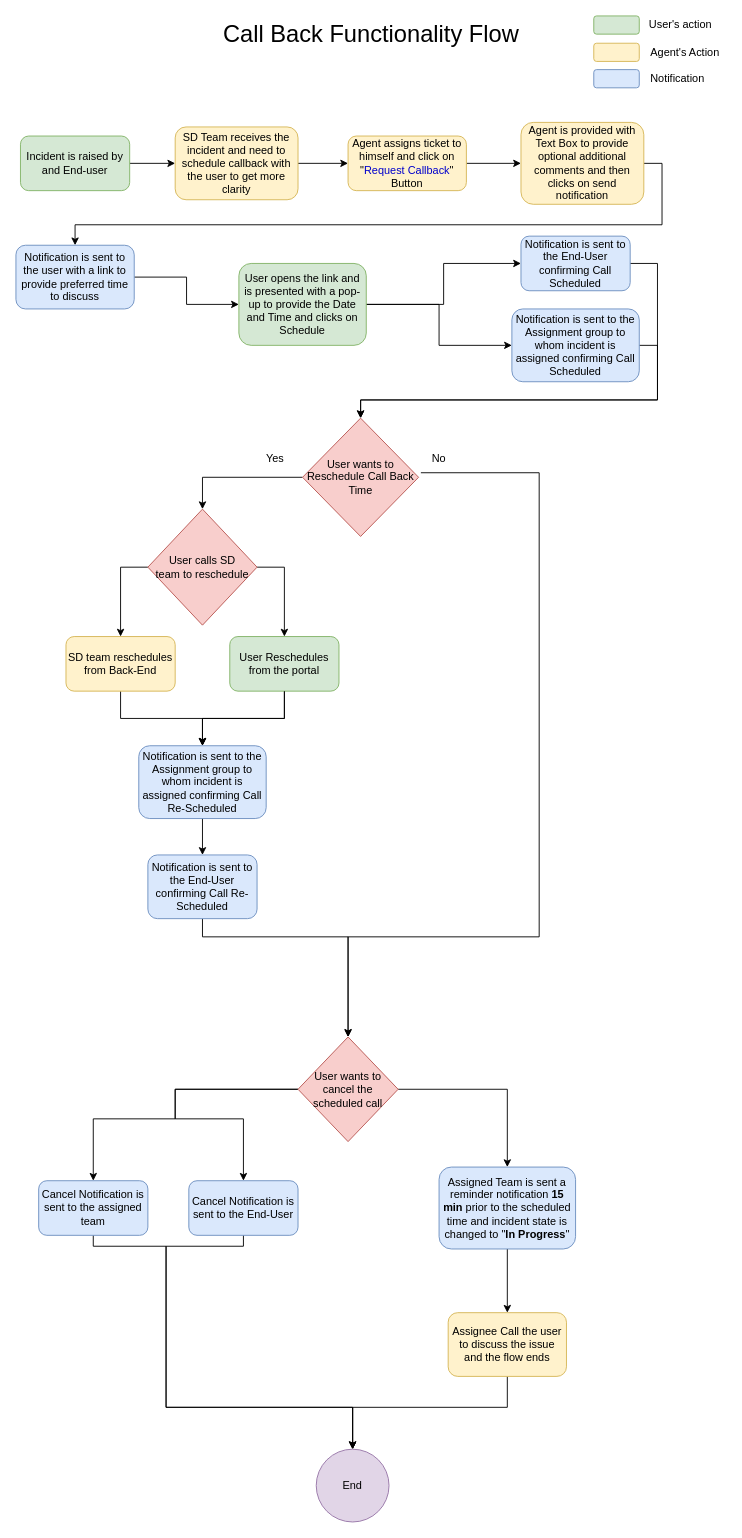
This is Untitled Diagram.drawio from sunjyot1993/Call-Back-Flow, a draw.io file, before an edit. Source tidied: cells renumbered, new cells numbered last; positions are measured from the earlier drawing's top-left corner, leaving out a move shared by most shapes. Both pictures are drawn from the tidied source at 91%, with x=0, y=0 at pixel (15, 15).
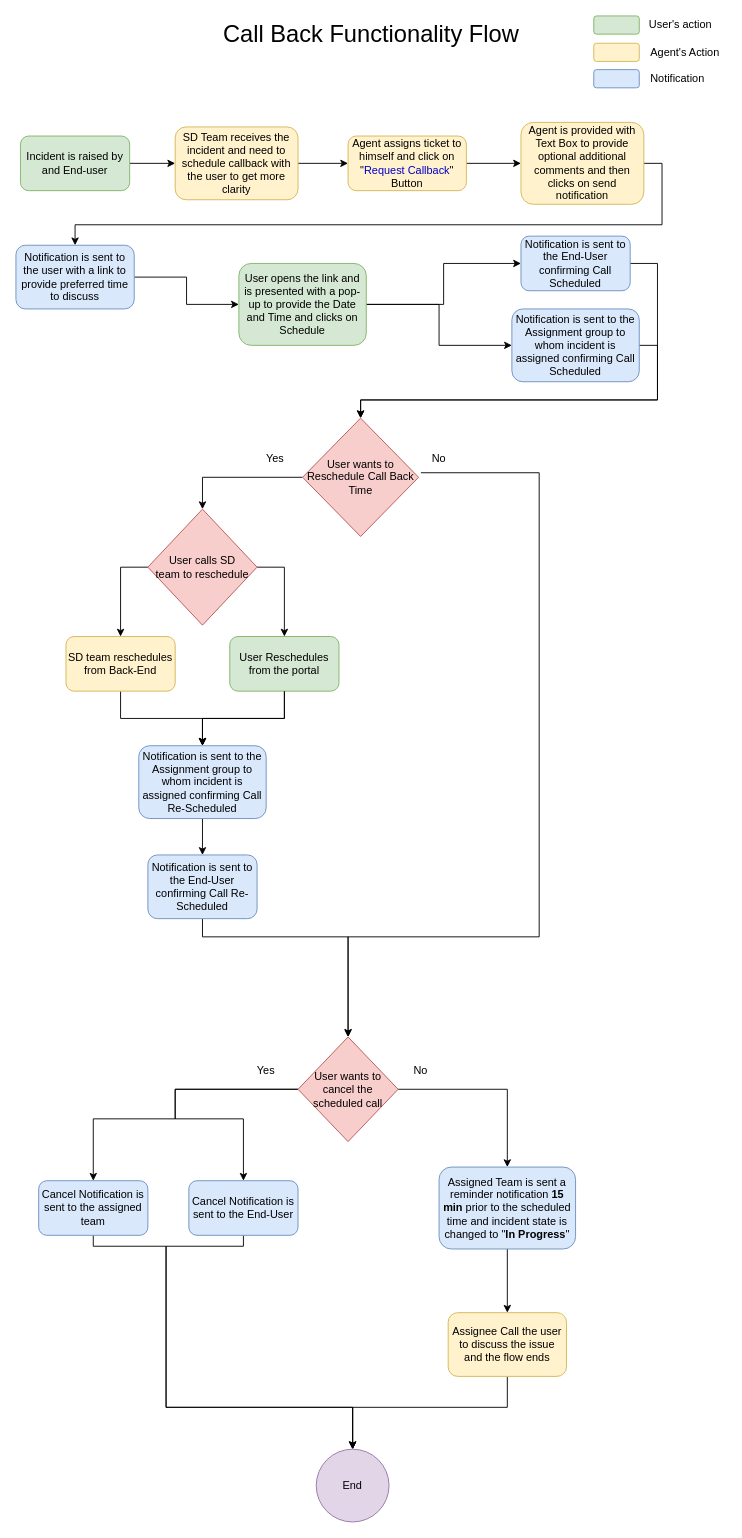
The same page after the edit.

What changed in the source:
```diff
@@
+    <mxCell id="56" value="No" style="text;html=1;strokeColor=none;fillColor=none;align=center;verticalAlign=middle;whiteSpace=wrap;rounded=0;" parent="1" vertex="1">
+      <mxGeometry x="425" y="1149" width="40" height="20" as="geometry" />
+    </mxCell>
+    <mxCell id="57" value="Yes" style="text;html=1;strokeColor=none;fillColor=none;align=center;verticalAlign=middle;whiteSpace=wrap;rounded=0;" parent="1" vertex="1">
+      <mxGeometry x="255" y="1149" width="40" height="20" as="geometry" />
+    </mxCell>
```
